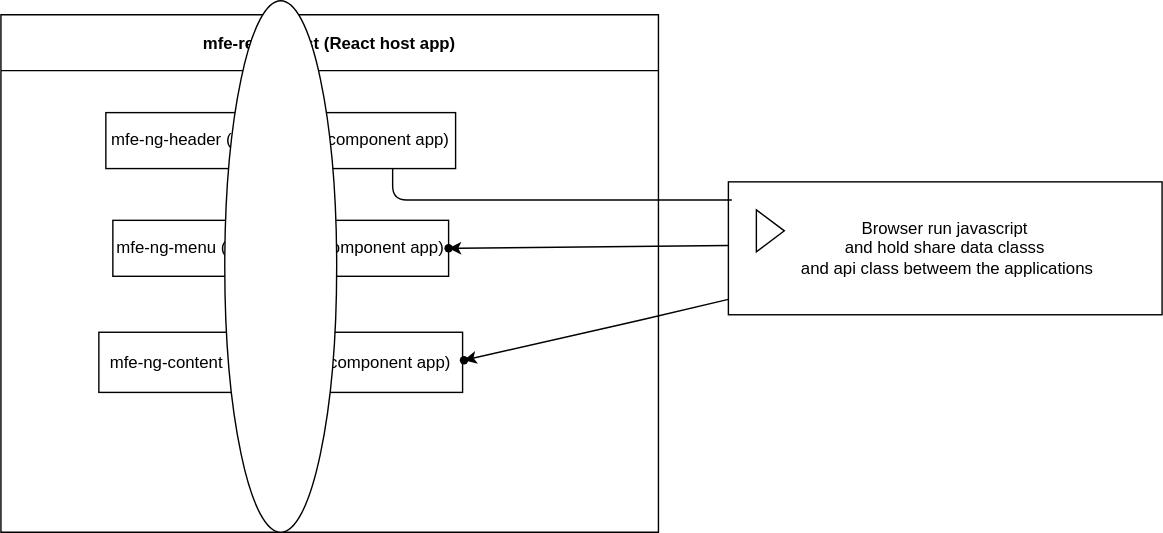
The draw.io diagram diagram.drawio.svg in morbargig/CV-mfe-micro-front-end, before a commit. Source tidied: cells renumbered, new cells last; positions are measured from the earlier drawing's top-left corner, leaving out a move shared by most shapes.
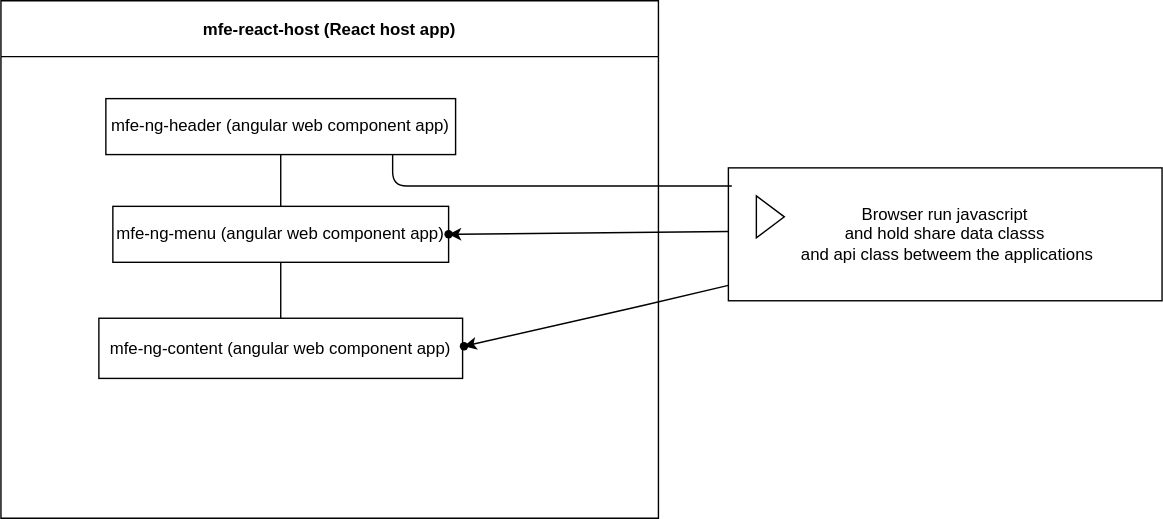
The same diagram one commit later.

What changed in the source:
```diff
@@ -26,9 +26,6 @@
     <mxCell id="9" style="shape=waypoint;sketch=0;size=6;points=[];fillColor=default;perimeter=centerPerimeter;snapToPoint=1;" parent="2" vertex="1">
       <mxGeometry x="300" y="147" width="40" height="40" as="geometry" />
     </mxCell>
-    <mxCell id="10" style="ellipse;whiteSpace=wrap;html=1;" parent="2" vertex="1">
-      <mxGeometry x="160" y="-10" width="80" height="380" as="geometry" />
-    </mxCell>
     <mxCell id="11" style="edgeStyle=none;html=1;" parent="1" edge="1" source="13" target="8">
       <mxGeometry relative="1" as="geometry">
         <Array as="points">
```
